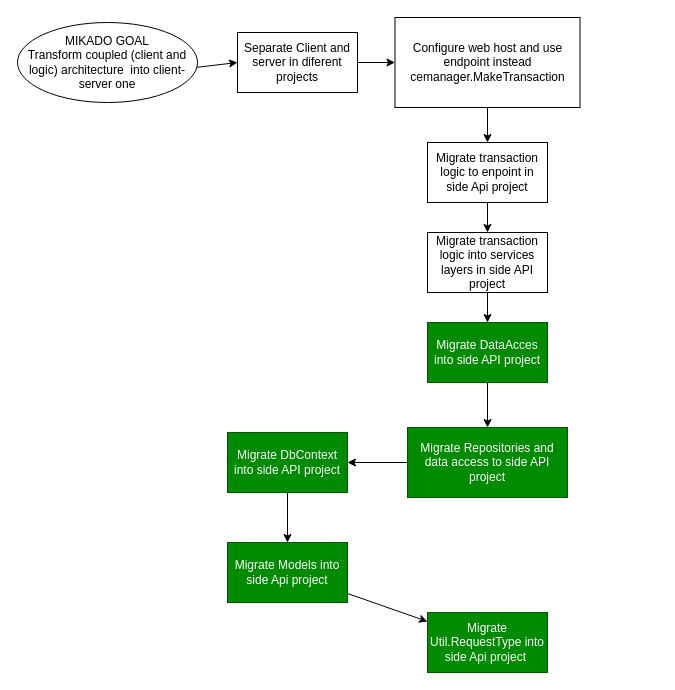
Earlier version of the draw.io diagram Docs/Diagrams/refactor_to_client-server(MikadoGraph).drawio (Camilo716/Customized-Expense-Manager). Source tidied: cells renumbered, new cells numbered last; positions are measured from the earlier drawing's top-left corner, leaving out a move shared by most shapes. Both pictures are drawn from the tidied source at 100%, with x=0, y=0 at pixel (17, 17).
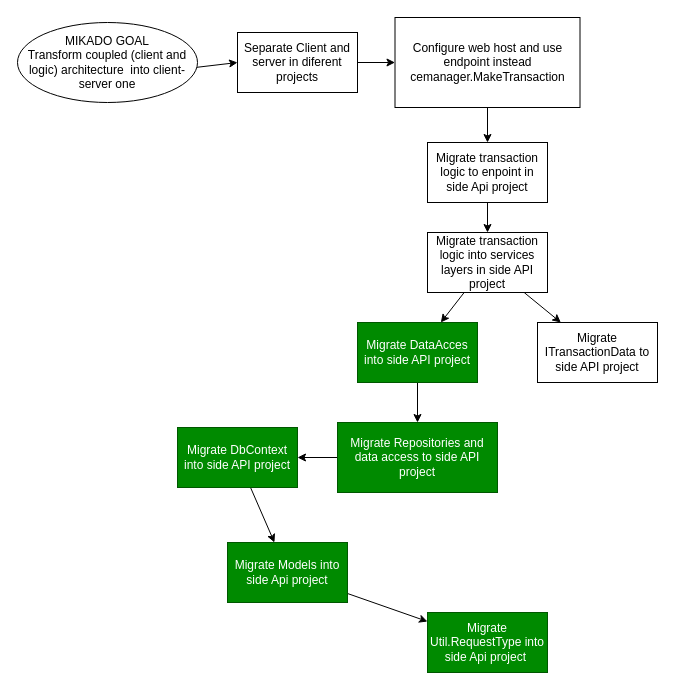
The same diagram, later.

Commit message (it also covers changes not shown here):
Migrate ITransactionData to new side API project

The change refers to these unchanged cells:
```xml
<mxCell id="16" value="Migrate transaction logic into services layers in side API project" style="whiteSpace=wrap;html=1;" parent="1" vertex="1">
  <mxGeometry x="410" y="215" width="120" height="60" as="geometry" />
</mxCell>
```

Change to the diagram source:
```diff
@@
     <mxCell id="14" value="Migrate DataAcces into side API project" style="whiteSpace=wrap;html=1;fillColor=#008a00;fontColor=#ffffff;strokeColor=#005700;" parent="1" vertex="1">
-      <mxGeometry x="410" y="305" width="120" height="60" as="geometry" />
+      <mxGeometry x="340" y="305" width="120" height="60" as="geometry" />
     </mxCell>
@@
+    <mxCell id="21" style="edgeStyle=none;html=1;" parent="1" edge="1" source="16" target="22">
+      <mxGeometry relative="1" as="geometry" />
+    </mxCell>
@@
     <mxCell id="18" value="Migrate Repositories and data access to side API project" style="whiteSpace=wrap;html=1;fillColor=#008a00;fontColor=#ffffff;strokeColor=#005700;" parent="1" vertex="1">
-      <mxGeometry x="390" y="410" width="160" height="70" as="geometry" />
+      <mxGeometry x="320" y="405" width="160" height="70" as="geometry" />
     </mxCell>
@@
     <mxCell id="20" value="Migrate DbContext into side API project" style="whiteSpace=wrap;html=1;fillColor=#008a00;fontColor=#ffffff;strokeColor=#005700;" parent="1" vertex="1">
-      <mxGeometry x="210" y="415" width="120" height="60" as="geometry" />
+      <mxGeometry x="160" y="410" width="120" height="60" as="geometry" />
     </mxCell>
+    <mxCell id="22" value="Migrate ITransactionData to side API project" style="whiteSpace=wrap;html=1;" parent="1" vertex="1">
+      <mxGeometry x="520" y="305" width="120" height="60" as="geometry" />
+    </mxCell>
```
